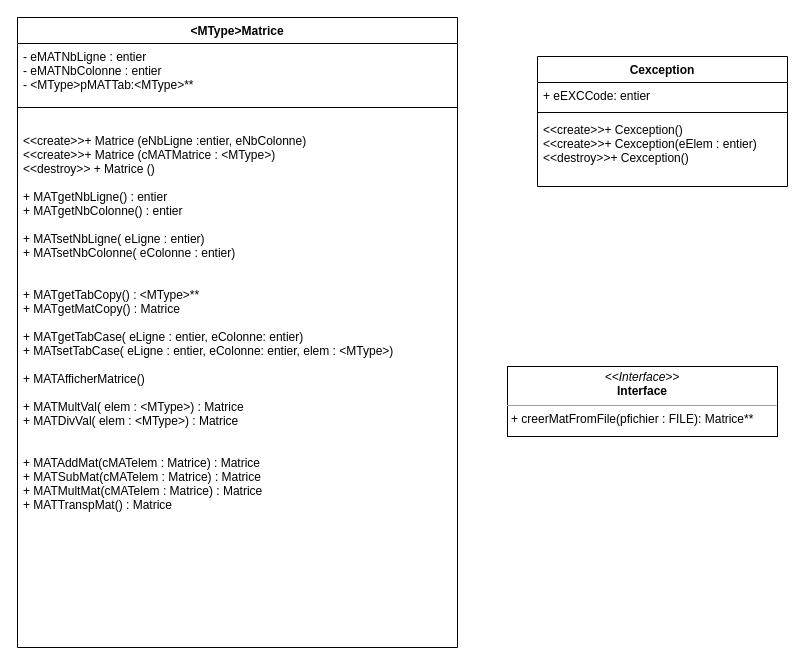
Above: ClassDiagram.drawio in Banalian/ProjetTutCpp (draw.io), before the change. Source tidied: cells renumbered, new cells numbered last; positions are measured from the earlier drawing's top-left corner, leaving out a move shared by most shapes. Both pictures are drawn from the tidied source at 100%, with x=0, y=0 at pixel (17, 17).
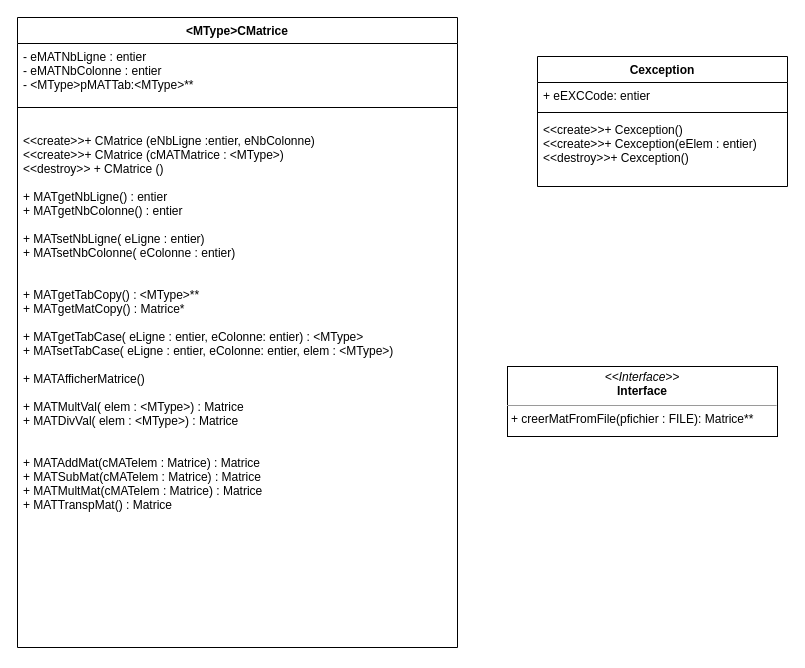
The same page after the edit.

Change to the diagram source:
```diff
@@
 <mxGraphModel>
   <root>
     <mxCell id="0" />
     <mxCell id="1" parent="0" />
-    <mxCell id="2" value="&lt;MType&gt;Matrice" style="swimlane;fontStyle=1;align=center;verticalAlign=top;horizontal=1;startSize=26;" parent="1" vertex="1">
+    <mxCell id="2" value="&lt;MType&gt;CMatrice" style="swimlane;fontStyle=1;align=center;verticalAlign=top;horizontal=1;startSize=26;" parent="1" vertex="1">
       <mxGeometry width="440" height="630" as="geometry" />
     </mxCell>
     <mxCell id="3" value="- eMATNbLigne : entier&#10;- eMATNbColonne : entier&#10;- &lt;MType&gt;pMATTab:&lt;MType&gt;** &#10;&#10;" style="text;strokeColor=none;fillColor=none;align=left;verticalAlign=top;spacingLeft=4;spacingRight=4;overflow=hidden;" parent="2" vertex="1">
       <mxGeometry y="26" width="440" height="44" as="geometry" />
     </mxCell>
     <mxCell id="4" style="line;strokeWidth=1;fillColor=none;align=left;verticalAlign=middle;spacingTop=-1;spacingLeft=3;spacingRight=3;labelPosition=right;" parent="2" vertex="1">
       <mxGeometry y="70" width="440" height="40" as="geometry" />
     </mxCell>
-    <mxCell id="5" value="&lt;&lt;create&gt;&gt;+ Matrice (eNbLigne :entier, eNbColonne)&#10;&lt;&lt;create&gt;&gt;+ Matrice (cMATMatrice : &lt;MType&gt;)&#10;&lt;&lt;destroy&gt;&gt; + Matrice ()&#10;&#10;+ MATgetNbLigne() : entier&#10;+ MATgetNbColonne() : entier&#10;&#10;+ MATsetNbLigne( eLigne : entier)&#10;+ MATsetNbColonne( eColonne : entier)&#10;&#10;&#10;+ MATgetTabCopy() : &lt;MType&gt;**&#10;+ MATgetMatCopy() : Matrice&#10;&#10;+ MATgetTabCase( eLigne : entier, eColonne: entier)&#10;+ MATsetTabCase( eLigne : entier, eColonne: entier, elem : &lt;MType&gt;)&#10;&#10;+ MATAfficherMatrice()&#10;&#10;+ MATMultVal( elem : &lt;MType&gt;) : Matrice&#10;+ MATDivVal( elem : &lt;MType&gt;) : Matrice&#10;&#10;&#10;+ MATAddMat(cMATelem : Matrice) : Matrice&#10;+ MATSubMat(cMATelem : Matrice) : Matrice&#10;+ MATMultMat(cMATelem : Matrice) : Matrice&#10;+ MATTranspMat() : Matrice&#10;" style="text;strokeColor=none;fillColor=none;align=left;verticalAlign=top;spacingLeft=4;spacingRight=4;overflow=hidden;" parent="2" vertex="1">
+    <mxCell id="5" value="&lt;&lt;create&gt;&gt;+ CMatrice (eNbLigne :entier, eNbColonne)&#10;&lt;&lt;create&gt;&gt;+ CMatrice (cMATMatrice : &lt;MType&gt;)&#10;&lt;&lt;destroy&gt;&gt; + CMatrice ()&#10;&#10;+ MATgetNbLigne() : entier&#10;+ MATgetNbColonne() : entier&#10;&#10;+ MATsetNbLigne( eLigne : entier)&#10;+ MATsetNbColonne( eColonne : entier)&#10;&#10;&#10;+ MATgetTabCopy() : &lt;MType&gt;**&#10;+ MATgetMatCopy() : Matrice*&#10;&#10;+ MATgetTabCase( eLigne : entier, eColonne: entier) : &lt;MType&gt;&#10;+ MATsetTabCase( eLigne : entier, eColonne: entier, elem : &lt;MType&gt;)&#10;&#10;+ MATAfficherMatrice()&#10;&#10;+ MATMultVal( elem : &lt;MType&gt;) : Matrice&#10;+ MATDivVal( elem : &lt;MType&gt;) : Matrice&#10;&#10;&#10;+ MATAddMat(cMATelem : Matrice) : Matrice&#10;+ MATSubMat(cMATelem : Matrice) : Matrice&#10;+ MATMultMat(cMATelem : Matrice) : Matrice&#10;+ MATTranspMat() : Matrice&#10;" style="text;strokeColor=none;fillColor=none;align=left;verticalAlign=top;spacingLeft=4;spacingRight=4;overflow=hidden;" parent="2" vertex="1">
       <mxGeometry y="110" width="440" height="520" as="geometry" />
     </mxCell>
     <mxCell id="6" value="Cexception" style="swimlane;fontStyle=1;align=center;verticalAlign=top;horizontal=1;startSize=26;" parent="1" vertex="1">
       <mxGeometry x="520" y="39" width="250" height="130" as="geometry" />
     </mxCell>
     <mxCell id="7" value="+ eEXCCode: entier" style="text;strokeColor=none;fillColor=none;align=left;verticalAlign=top;spacingLeft=4;spacingRight=4;overflow=hidden;" parent="6" vertex="1">
       <mxGeometry y="26" width="250" height="26" as="geometry" />
     </mxCell>
     <mxCell id="8" style="line;strokeWidth=1;fillColor=none;align=left;verticalAlign=middle;spacingTop=-1;spacingLeft=3;spacingRight=3;labelPosition=right;" parent="6" vertex="1">
       <mxGeometry y="52" width="250" height="8" as="geometry" />
     </mxCell>
     <mxCell id="9" value="&lt;&lt;create&gt;&gt;+ Cexception()&#10;&lt;&lt;create&gt;&gt;+ Cexception(eElem : entier)&#10;&lt;&lt;destroy&gt;&gt;+ Cexception()" style="text;strokeColor=none;fillColor=none;align=left;verticalAlign=top;spacingLeft=4;spacingRight=4;overflow=hidden;" parent="6" vertex="1">
       <mxGeometry y="60" width="250" height="70" as="geometry" />
     </mxCell>
     <mxCell id="10" value="&lt;p style=&quot;margin: 0px ; margin-top: 4px ; text-align: center&quot;&gt;&lt;i&gt;&amp;lt;&amp;lt;Interface&amp;gt;&amp;gt;&lt;/i&gt;&lt;br&gt;&lt;b&gt;Interface&lt;/b&gt;&lt;/p&gt;&lt;hr size=&quot;1&quot;&gt;&lt;p style=&quot;margin: 0px ; margin-left: 4px&quot;&gt;+ creerMatFromFile(pfichier : FILE): Matrice**&lt;br&gt;&lt;/p&gt;" style="verticalAlign=top;align=left;overflow=fill;fontSize=12;fontFamily=Helvetica;html=1;" parent="1" vertex="1">
       <mxGeometry x="490" y="349" width="270" height="70" as="geometry" />
     </mxCell>
   </root>
 </mxGraphModel>
```
